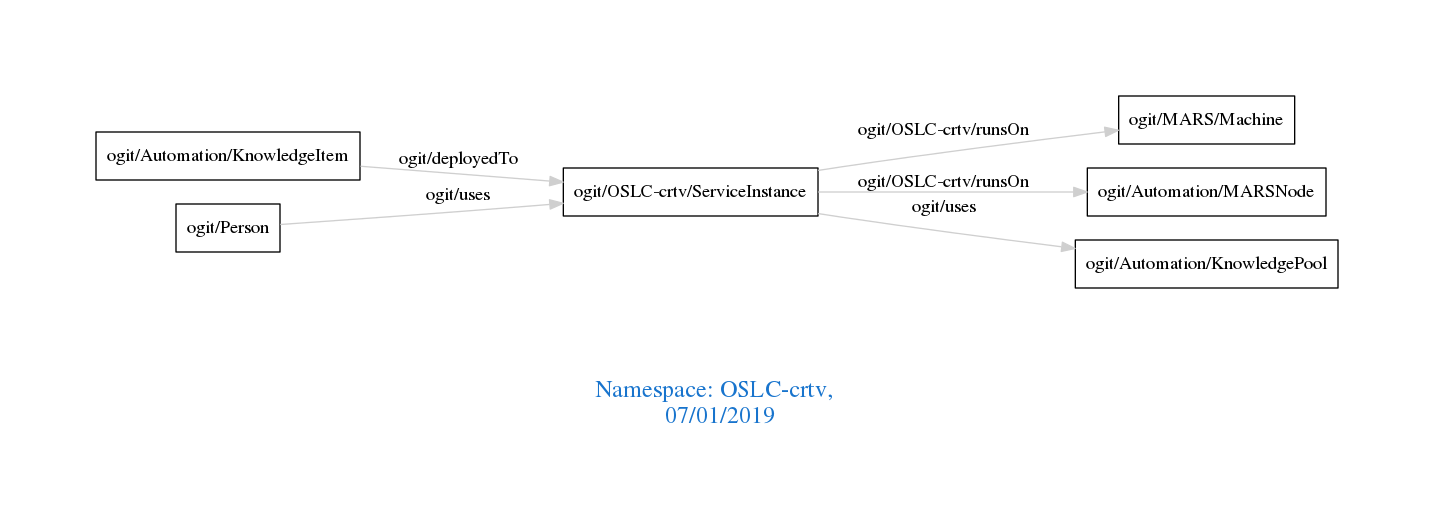
Above: downloads/OSLC-crtv.png in arago/OGIT (Graphviz), before the change. Its source is kept beside it as downloads/OSLC-crtv.dot.
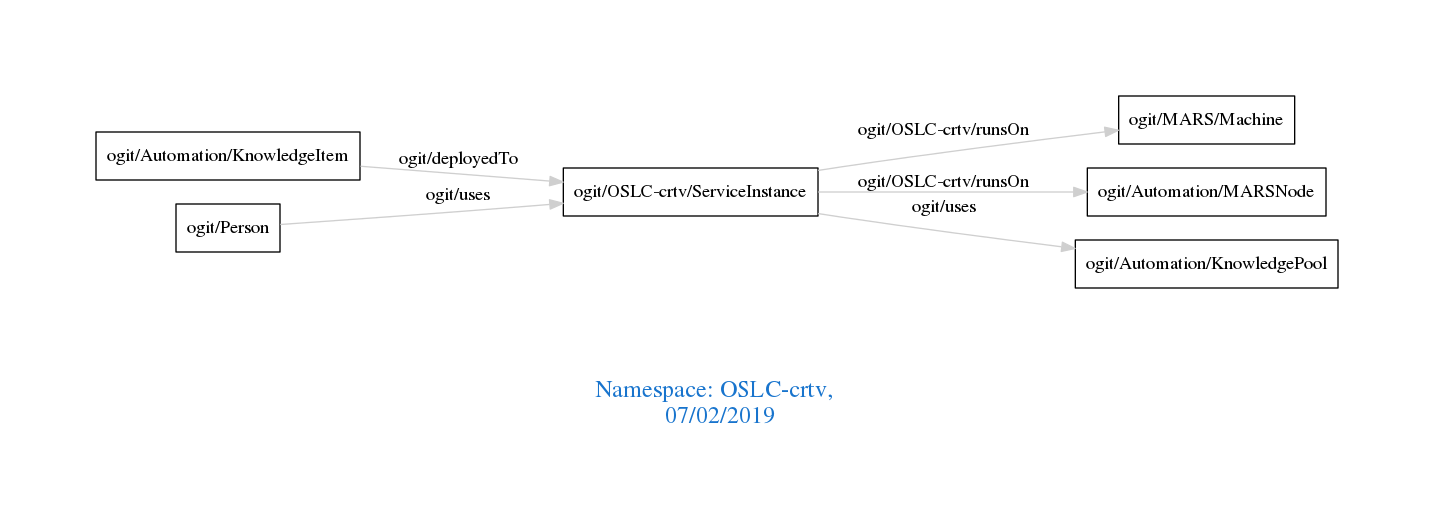
Above is the later version.

Diff of the diagram source:
```diff
@@ -1,7 +1,7 @@
 digraph OGIT_ontology {
  graph [ rankdir= LR,pad=1
 fontsize = 18,
-fontcolor= dodgerblue3,label = "\n\n\nNamespace: OSLC-crtv, \n 07/01/2019"];
+fontcolor= dodgerblue3,label = "\n\n\nNamespace: OSLC-crtv, \n 07/02/2019"];
 node[shape=polygon];
 edge [  color="gray81"];
 
```
